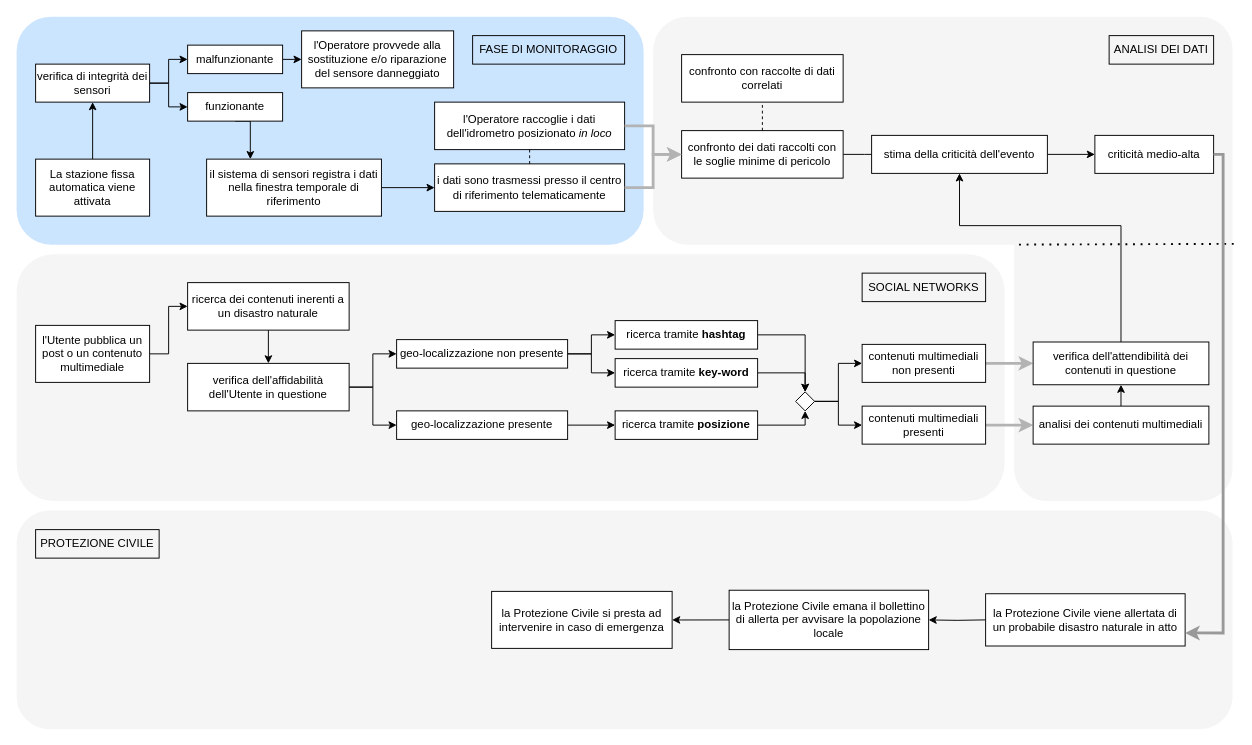
The draw.io diagram page "monitoraggio tramite stazione fissa automatica" (2 of 2) of schemi ProgettoRIO.drawio in faffolao/ProgettoBD2022, before the edit. Source tidied: cells renumbered, new cells numbered last; positions are measured from the earlier drawing's top-left corner, leaving out a move shared by most shapes. Both pictures are drawn from the tidied source at 95%, with x=0, y=0 at pixel (16, 16).
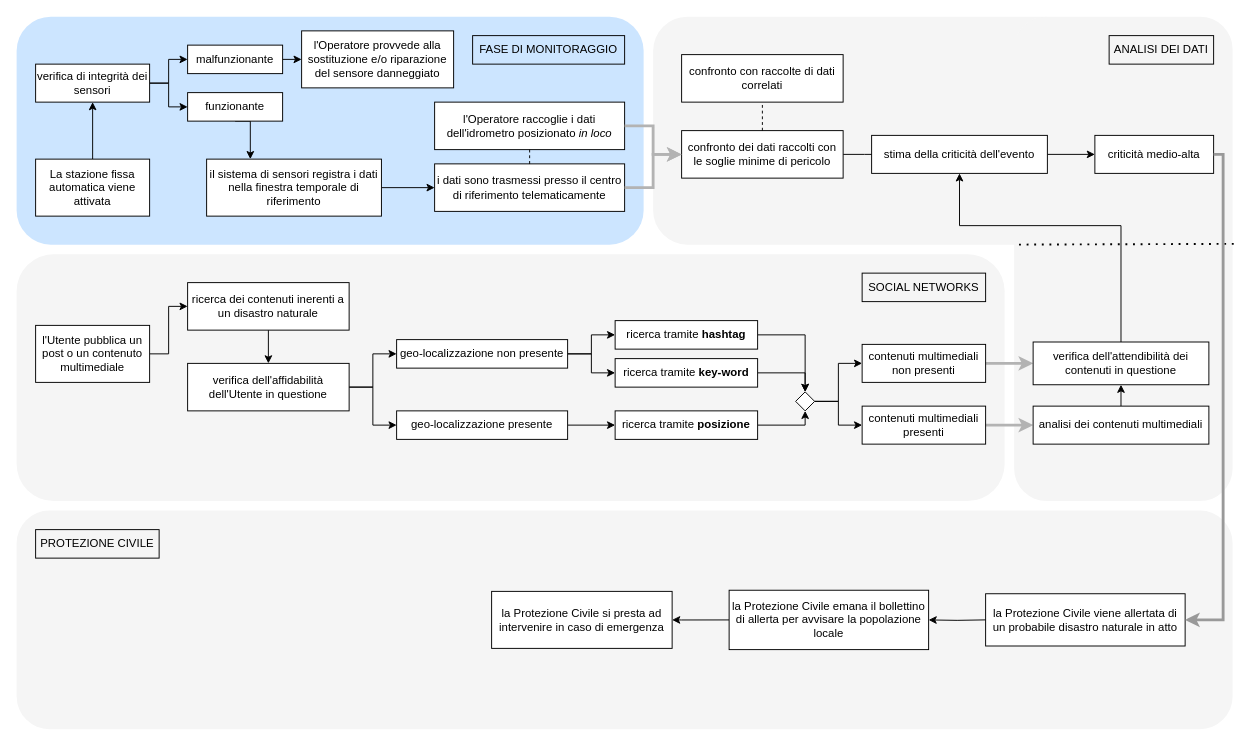
The same page after the edit.

The change refers to these unchanged cells:
```xml
<mxCell id="37" value="la Protezione Civile viene allertata di un probabile disastro naturale in atto" style="rounded=0;whiteSpace=wrap;html=1;shadow=0;glass=0;fillStyle=auto;fillColor=default;gradientColor=none;" parent="1" vertex="1">
  <mxGeometry x="1020" y="607.5" width="210" height="55" as="geometry" />
</mxCell>
```

The edit, as a diff of the source:
```diff
@@
-    <mxCell id="66" style="edgeStyle=orthogonalEdgeStyle;rounded=0;jettySize=auto;html=1;exitX=1;exitY=0.5;exitDx=0;exitDy=0;entryX=1;entryY=0.75;entryDx=0;entryDy=0;strokeColor=#999999;strokeWidth=3;" parent="1" edge="1" target="37">
+    <mxCell id="66" style="edgeStyle=orthogonalEdgeStyle;rounded=0;orthogonalLoop=1;jettySize=auto;html=1;exitX=1;exitY=0.5;exitDx=0;exitDy=0;strokeColor=#999999;strokeWidth=3;" parent="1" edge="1">
       <mxGeometry relative="1" as="geometry">
         <mxPoint x="1260" y="145" as="sourcePoint" />
+        <mxPoint x="1230" y="635" as="targetPoint" />
         <Array as="points">
           <mxPoint x="1270" y="145" />
-          <mxPoint x="1270" y="649" />
+          <mxPoint x="1270" y="635" />
         </Array>
       </mxGeometry>
     </mxCell>
```
